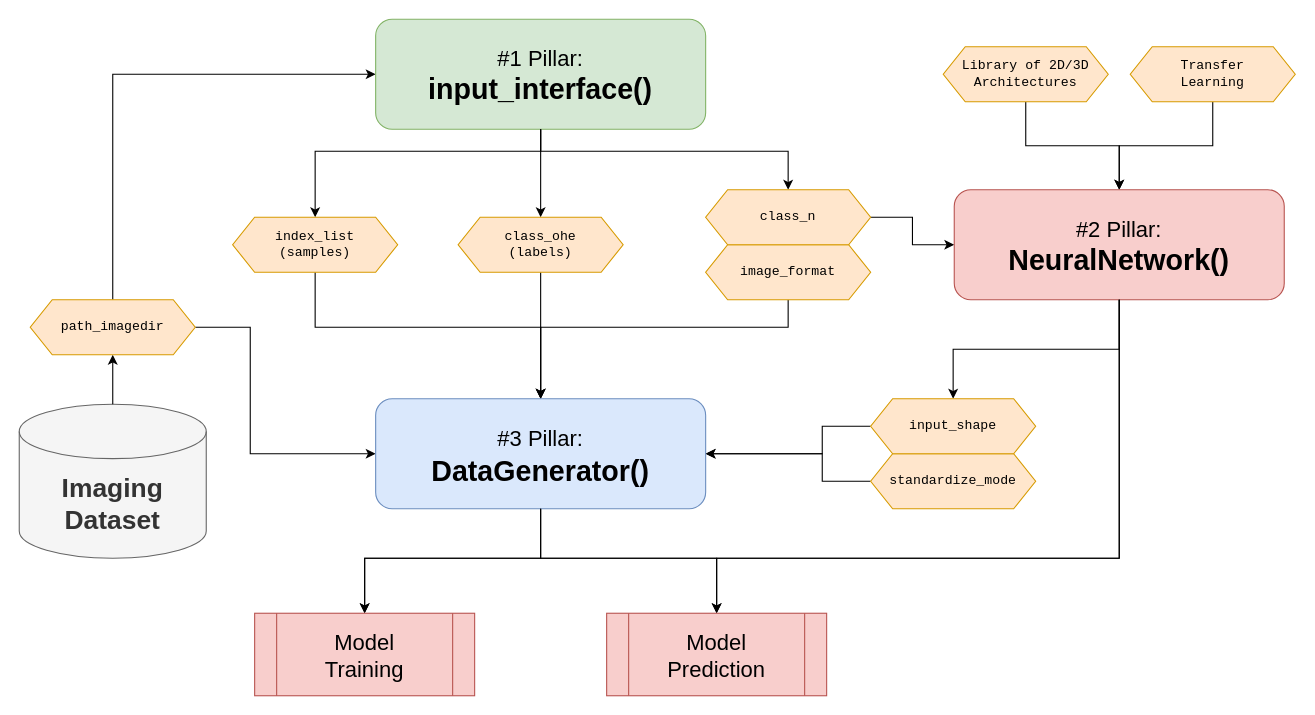
frankkramer-lab/aucmedi keeps this draw.io diagram as docs/images/aucmedi.pillars.drawio. Above is the earlier version. Source tidied: cells renumbered, new cells numbered last; positions are measured from the earlier drawing's top-left corner, leaving out a move shared by most shapes. Both pictures are drawn from the tidied source at 110%, with x=0, y=0 at pixel (19, 19).
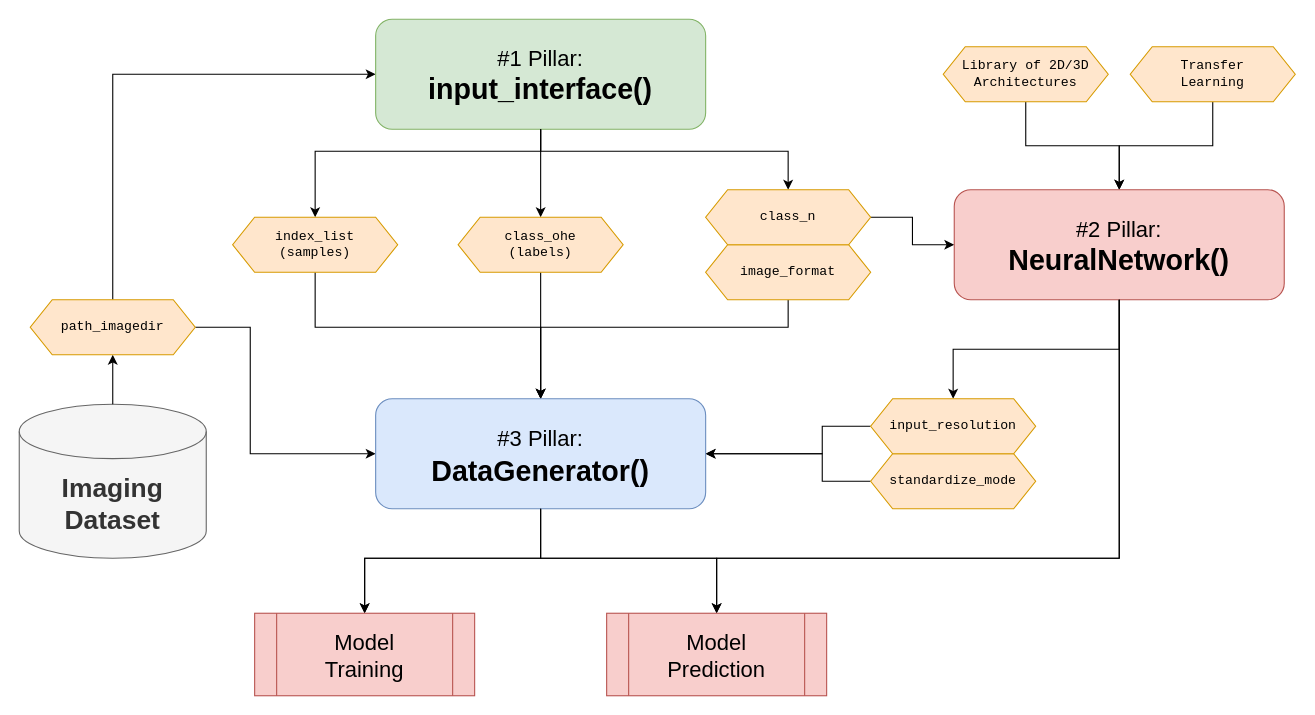
The same diagram, later.

What changed in the source:
```diff
@@
-    <mxCell id="18" value="&lt;pre id=&quot;__code_1&quot; style=&quot;font-size: 12px&quot;&gt;&lt;font style=&quot;font-size: 12px&quot;&gt;&lt;code&gt;&lt;span class=&quot;n&quot;&gt;input_shape&lt;/span&gt;&lt;span class=&quot;o&quot;&gt;&lt;/span&gt;&lt;/code&gt;&lt;/font&gt;&lt;/pre&gt;" style="shape=hexagon;perimeter=hexagonPerimeter2;whiteSpace=wrap;html=1;fixedSize=1;fontSize=24;fillColor=#ffe6cc;strokeColor=#d79b00;" parent="1" vertex="1">
+    <mxCell id="18" value="&lt;pre id=&quot;__code_1&quot; style=&quot;font-size: 12px&quot;&gt;&lt;font style=&quot;font-size: 12px&quot;&gt;&lt;code&gt;&lt;span class=&quot;n&quot;&gt;input_resolution&lt;/span&gt;&lt;/code&gt;&lt;/font&gt;&lt;/pre&gt;" style="shape=hexagon;perimeter=hexagonPerimeter2;whiteSpace=wrap;html=1;fixedSize=1;fontSize=24;fillColor=#ffe6cc;strokeColor=#d79b00;" parent="1" vertex="1">
       <mxGeometry x="774" y="345" width="150" height="50" as="geometry" />
     </mxCell>
```
